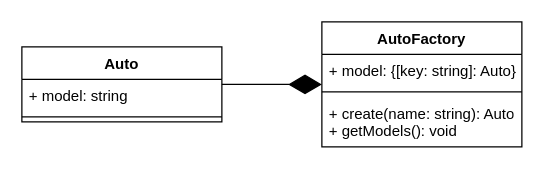
Before: Structural/Flyweight/Flyweight.drawio in Predatar/Patterns, a draw.io diagram. Source tidied: cells renumbered, new cells numbered last; positions are measured from the earlier drawing's top-left corner, leaving out a move shared by most shapes. Both pictures are drawn from the tidied source at 125%, with x=0, y=0 at pixel (21, 21).
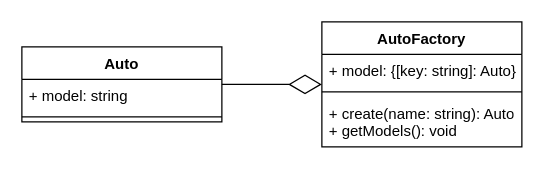
The same diagram, later.

The edit, as a diff of the source:
```diff
@@
 <mxGraphModel>
   <root>
     <mxCell id="0" />
     <mxCell id="1" parent="0" />
     <mxCell id="2" value="Auto" style="swimlane;fontStyle=1;align=center;verticalAlign=top;horizontal=1;startSize=26;whiteSpace=wrap;html=1;" parent="1" vertex="1">
       <mxGeometry y="20" width="160" height="60" as="geometry" />
     </mxCell>
     <mxCell id="3" value="+ model: string" style="text;strokeColor=none;fillColor=none;align=left;verticalAlign=top;spacingLeft=4;spacingRight=4;overflow=hidden;whiteSpace=wrap;html=1;" parent="2" vertex="1">
       <mxGeometry y="26" width="160" height="26" as="geometry" />
     </mxCell>
     <mxCell id="4" style="line;strokeWidth=1;fillColor=none;align=left;verticalAlign=middle;spacingTop=-1;spacingLeft=3;spacingRight=3;labelPosition=right;strokeColor=inherit;" parent="2" vertex="1">
       <mxGeometry y="52" width="160" height="8" as="geometry" />
     </mxCell>
     <mxCell id="5" value="AutoFactory" style="swimlane;fontStyle=1;align=center;verticalAlign=top;horizontal=1;startSize=26;whiteSpace=wrap;html=1;" parent="1" vertex="1">
       <mxGeometry x="240" width="160" height="100" as="geometry" />
     </mxCell>
     <mxCell id="6" value="+ model: {[key: string]: Auto}" style="text;strokeColor=none;fillColor=none;align=left;verticalAlign=top;spacingLeft=4;spacingRight=4;overflow=hidden;whiteSpace=wrap;html=1;" parent="5" vertex="1">
       <mxGeometry y="26" width="160" height="26" as="geometry" />
     </mxCell>
     <mxCell id="7" style="line;strokeWidth=1;fillColor=none;align=left;verticalAlign=middle;spacingTop=-1;spacingLeft=3;spacingRight=3;labelPosition=right;strokeColor=inherit;" parent="5" vertex="1">
       <mxGeometry y="52" width="160" height="8" as="geometry" />
     </mxCell>
     <mxCell id="8" value="+ create(name: string): Auto&lt;br&gt;+ getModels(): void" style="text;strokeColor=none;fillColor=none;align=left;verticalAlign=top;spacingLeft=4;spacingRight=4;overflow=hidden;whiteSpace=wrap;html=1;" parent="5" vertex="1">
       <mxGeometry y="60" width="160" height="40" as="geometry" />
     </mxCell>
-    <mxCell id="9" style="endArrow=diamondThin;endFill=1;endSize=24;html=1;rounded=0;" parent="1" edge="1" source="2" target="5">
+    <mxCell id="9" style="endArrow=diamondThin;endFill=0;endSize=24;html=1;" parent="1" edge="1" source="2" target="5">
       <mxGeometry relative="1" as="geometry" />
     </mxCell>
   </root>
 </mxGraphModel>
```
